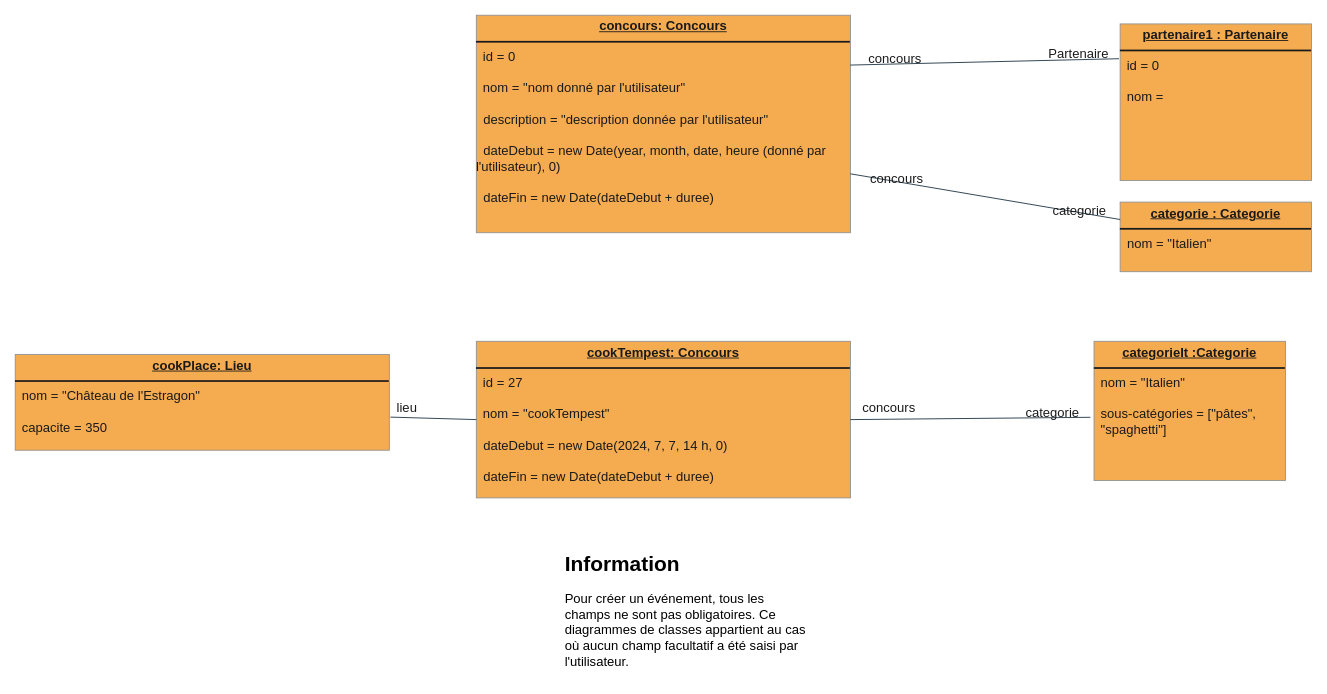
This is Conception/Diagramme D'objet.drawio from CSliveR/Chief-s-Arena, a draw.io file, before an edit. Source tidied: cells renumbered, new cells numbered last; positions are measured from the earlier drawing's top-left corner, leaving out a move shared by most shapes. Both pictures are drawn from the tidied source at 87%, with x=0, y=0 at pixel (15, 15).
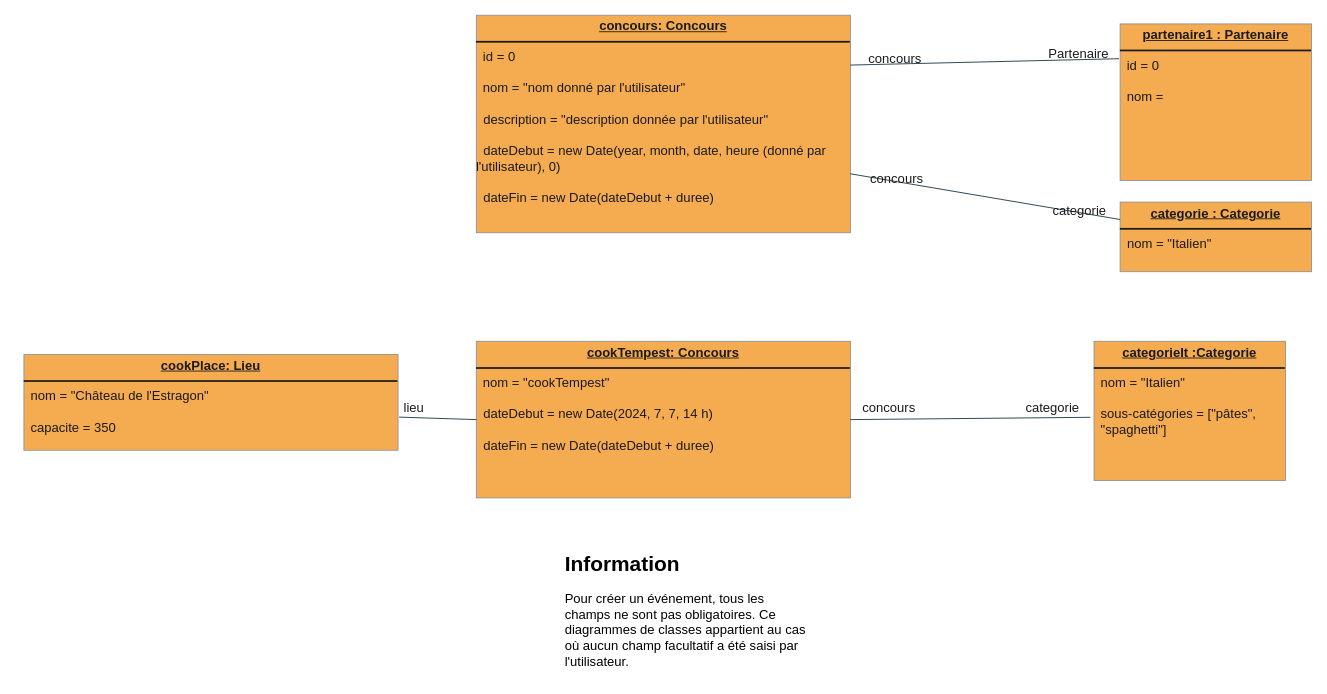
Above is the later version.

The change refers to these unchanged cells:
```xml
<mxCell id="12" style="endArrow=none;html=1;rounded=0;exitX=1;exitY=0.5;exitDx=0;exitDy=0;entryX=-0.019;entryY=0.546;entryDx=0;entryDy=0;entryPerimeter=0;labelBackgroundColor=none;strokeColor=#182E3E;fontColor=default;fontSize=15;" parent="1" edge="1" source="2" target="15">
  <mxGeometry relative="1" as="geometry" />
</mxCell>
```

Diff of the diagram source:
```diff
@@
-    <mxCell id="2" value="&lt;p style=&quot;margin: 4px 0px 0px; text-align: center; text-decoration: underline; font-size: 15px;&quot;&gt;&lt;b style=&quot;font-size: 15px;&quot;&gt;cookTempest: Concours&lt;br style=&quot;font-size: 15px;&quot;&gt;&lt;/b&gt;&lt;/p&gt;&lt;hr style=&quot;border-style: solid; font-size: 15px;&quot;&gt;&lt;p style=&quot;margin: 0px 0px 0px 8px; font-size: 15px;&quot;&gt;id = 27&lt;/p&gt;&lt;p style=&quot;margin: 0px 0px 0px 8px; font-size: 15px;&quot;&gt;&lt;br style=&quot;font-size: 15px;&quot;&gt;&lt;/p&gt;&lt;p style=&quot;margin: 0px 0px 0px 8px; font-size: 15px;&quot;&gt;nom = &quot;cookTempest&quot;&lt;/p&gt;&lt;p style=&quot;margin: 0px 0px 0px 8px; font-size: 15px;&quot;&gt;&lt;br style=&quot;font-size: 15px;&quot;&gt;&lt;/p&gt;&lt;div style=&quot;font-size: 15px;&quot;&gt;&amp;nbsp; dateDebut = new Date(2024, 7, 7, 14 h, 0)&lt;/div&gt;&lt;div style=&quot;font-size: 15px;&quot;&gt;&lt;br style=&quot;font-size: 15px;&quot;&gt;&lt;/div&gt;&lt;div style=&quot;font-size: 15px;&quot;&gt;&amp;nbsp; dateFin = new Date(dateDebut + duree)&lt;/div&gt;&lt;div style=&quot;font-size: 15px;&quot;&gt;&amp;nbsp; &amp;nbsp;&lt;/div&gt;" style="verticalAlign=top;align=left;overflow=fill;html=1;whiteSpace=wrap;labelBackgroundColor=none;fillColor=#F5AB50;strokeColor=#909090;fontColor=#1A1A1A;fontSize=15;" parent="1" vertex="1">
+    <mxCell id="2" value="&lt;p style=&quot;margin: 4px 0px 0px; text-align: center; text-decoration: underline; font-size: 15px;&quot;&gt;&lt;b style=&quot;font-size: 15px;&quot;&gt;cookTempest: Concours&lt;br style=&quot;font-size: 15px;&quot;&gt;&lt;/b&gt;&lt;/p&gt;&lt;hr style=&quot;border-style: solid; font-size: 15px;&quot;&gt;&lt;p style=&quot;margin: 0px 0px 0px 8px; font-size: 15px;&quot;&gt;&lt;span style=&quot;background-color: initial;&quot;&gt;nom = &quot;cookTempest&quot;&lt;/span&gt;&lt;/p&gt;&lt;p style=&quot;margin: 0px 0px 0px 8px; font-size: 15px;&quot;&gt;&lt;br style=&quot;font-size: 15px;&quot;&gt;&lt;/p&gt;&lt;div style=&quot;font-size: 15px;&quot;&gt;&amp;nbsp; dateDebut = new Date(2024, 7, 7, 14 h)&lt;/div&gt;&lt;div style=&quot;font-size: 15px;&quot;&gt;&lt;br style=&quot;font-size: 15px;&quot;&gt;&lt;/div&gt;&lt;div style=&quot;font-size: 15px;&quot;&gt;&amp;nbsp; dateFin = new Date(dateDebut + duree)&lt;/div&gt;&lt;div style=&quot;font-size: 15px;&quot;&gt;&amp;nbsp; &amp;nbsp;&lt;/div&gt;" style="verticalAlign=top;align=left;overflow=fill;html=1;whiteSpace=wrap;labelBackgroundColor=none;fillColor=#F5AB50;strokeColor=#909090;fontColor=#1A1A1A;fontSize=15;" parent="1" vertex="1">
       <mxGeometry x="530" y="374.8" width="430" height="180" as="geometry" />
     </mxCell>
@@
     <mxCell id="13" value="categorie" style="edgeLabel;html=1;align=center;verticalAlign=middle;labelBackgroundColor=none;fontColor=#1A1A1A;fontSize=15;" parent="12" vertex="1">
       <mxGeometry x="0.82" y="-1" relative="1" as="geometry">
-        <mxPoint x="-19" y="-8" as="offset" />
+        <mxPoint x="-19" y="-13" as="offset" />
       </mxGeometry>
     </mxCell>
@@
     <mxCell id="16" value="&lt;p style=&quot;margin: 4px 0px 0px; text-align: center; text-decoration: underline; font-size: 15px;&quot;&gt;&lt;b style=&quot;font-size: 15px;&quot;&gt;cookPlace: Lieu&lt;br style=&quot;font-size: 15px;&quot;&gt;&lt;/b&gt;&lt;/p&gt;&lt;hr style=&quot;border-style: solid; font-size: 15px;&quot;&gt;&lt;p style=&quot;margin: 0px 0px 0px 8px; font-size: 15px;&quot;&gt;nom = &quot;Château de l'Estragon&quot;&amp;nbsp;&lt;/p&gt;&lt;p style=&quot;margin: 0px 0px 0px 8px; font-size: 15px;&quot;&gt;&lt;br style=&quot;font-size: 15px;&quot;&gt;&lt;/p&gt;&lt;p style=&quot;margin: 0px 0px 0px 8px; font-size: 15px;&quot;&gt;capacite = 350&lt;/p&gt;" style="verticalAlign=top;align=left;overflow=fill;html=1;whiteSpace=wrap;labelBackgroundColor=none;fillColor=#F5AB50;strokeColor=#909090;fontColor=#1A1A1A;fontSize=15;" parent="1" vertex="1">
-      <mxGeometry y="390" width="430" height="110" as="geometry" />
+      <mxGeometry x="10" y="390" width="430" height="110" as="geometry" />
     </mxCell>
```
